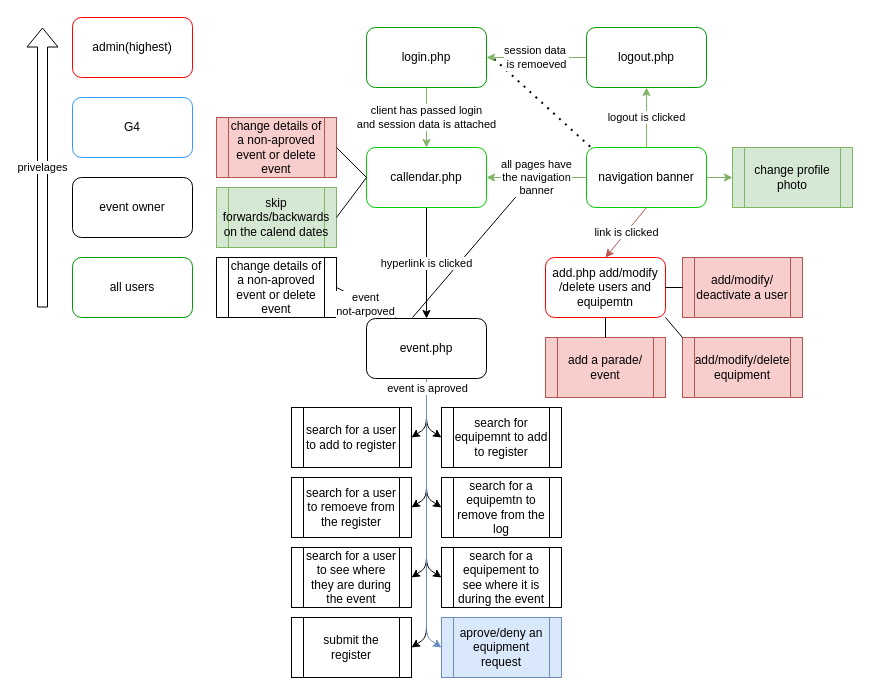
The draw.io diagram flowcharts/graph of page structure.drawio in Artermes27/cadet-management-app, before the edit. Source tidied: cells renumbered, new cells numbered last; positions are measured from the earlier drawing's top-left corner, leaving out a move shared by most shapes. Both pictures are drawn from the tidied source at 100%, with x=0, y=0 at pixel (42, 17).
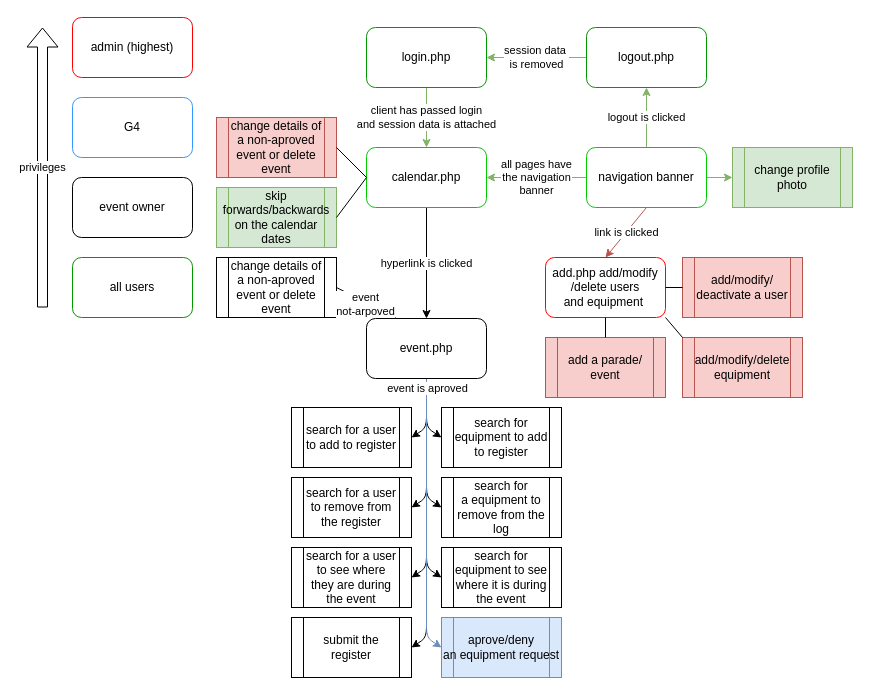
Above is the later version.

The change refers to these unchanged cells:
```xml
<mxCell id="10" value="login.php" style="rounded=1;whiteSpace=wrap;html=1;strokeColor=#009900;" parent="1" vertex="1">
  <mxGeometry x="324" y="10" width="120" height="60" as="geometry" />
</mxCell>
<mxCell id="18" value="logout.php" style="rounded=1;whiteSpace=wrap;html=1;strokeColor=#009900;" parent="1" vertex="1">
  <mxGeometry x="544" y="10" width="120" height="60" as="geometry" />
</mxCell>
```

Change to the diagram source:
```diff
@@
-    <mxCell id="2" style="endArrow=none;html=1;rounded=0;entryX=0;entryY=0.5;entryDx=0;entryDy=0;exitX=1;exitY=0.5;exitDx=0;exitDy=0;" parent="1" edge="1">
-      <mxGeometry relative="1" as="geometry">
-        <mxPoint x="370" y="300" as="sourcePoint" />
-        <mxPoint x="490" y="160" as="targetPoint" />
-      </mxGeometry>
-    </mxCell>
-    <mxCell id="3" style="endArrow=none;dashed=1;html=1;dashPattern=1 3;strokeWidth=2;rounded=0;entryX=1;entryY=0.5;entryDx=0;entryDy=0;exitX=0;exitY=0.5;exitDx=0;exitDy=0;" parent="1" edge="1">
-      <mxGeometry relative="1" as="geometry">
-        <mxPoint x="559.5" y="140" as="sourcePoint" />
-        <mxPoint x="450" y="40" as="targetPoint" />
-      </mxGeometry>
-    </mxCell>
@@
-    <mxCell id="5" value="admin(highest)" style="rounded=1;whiteSpace=wrap;html=1;strokeColor=#FF0000;" parent="1" vertex="1">
+    <mxCell id="5" value="admin (highest)" style="rounded=1;whiteSpace=wrap;html=1;strokeColor=#FF0000;" parent="1" vertex="1">
       <mxGeometry x="30" width="120" height="60" as="geometry" />
     </mxCell>
@@
-    <mxCell id="8" value="privelages" style="shape=flexArrow;endArrow=classic;html=1;" parent="1" edge="1">
+    <mxCell id="8" value="privileges" style="shape=flexArrow;endArrow=classic;html=1;" parent="1" edge="1">
       <mxGeometry relative="1" as="geometry">
         <mxPoint y="290" as="sourcePoint" />
         <mxPoint y="10" as="targetPoint" />
       </mxGeometry>
     </mxCell>
@@
-    <mxCell id="12" value="callendar.php" style="rounded=1;whiteSpace=wrap;html=1;strokeColor=#00CC00;" parent="1" vertex="1">
+    <mxCell id="12" value="calendar.php" style="rounded=1;whiteSpace=wrap;html=1;strokeColor=#00CC00;" parent="1" vertex="1">
       <mxGeometry x="324" y="130" width="120" height="60" as="geometry" />
     </mxCell>
@@
-    <mxCell id="17" value="&lt;font style=&quot;color: rgb(0, 0, 0);&quot;&gt;session data&amp;nbsp;&lt;/font&gt;&lt;div&gt;&lt;font style=&quot;color: rgb(0, 0, 0);&quot;&gt;is remoeved&lt;/font&gt;&lt;/div&gt;" style="edgeStyle=none;html=1;fillColor=#d5e8d4;strokeColor=#82b366;" parent="1" edge="1" source="18" target="10">
+    <mxCell id="17" value="&lt;font style=&quot;color: rgb(0, 0, 0);&quot;&gt;session data&amp;nbsp;&lt;/font&gt;&lt;div&gt;&lt;font style=&quot;color: rgb(0, 0, 0);&quot;&gt;is removed&lt;/font&gt;&lt;/div&gt;" style="edgeStyle=none;html=1;fillColor=#d5e8d4;strokeColor=#82b366;" parent="1" edge="1" source="18" target="10">
       <mxGeometry relative="1" as="geometry" />
     </mxCell>
@@
-    <mxCell id="19" value="add.php add/modify /delete users and equipemtn" style="rounded=1;whiteSpace=wrap;html=1;strokeColor=#FF0000;" parent="1" vertex="1">
+    <mxCell id="19" value="add.php add/modify /delete users and&amp;nbsp;&lt;span style=&quot;color: rgb(0, 0, 0);&quot;&gt;equipment&amp;nbsp;&lt;/span&gt;" style="rounded=1;whiteSpace=wrap;html=1;strokeColor=#FF0000;" parent="1" vertex="1">
       <mxGeometry x="503" y="240" width="120" height="60" as="geometry" />
     </mxCell>
@@
-    <mxCell id="25" value="skip forwards/backwards on the calend dates" style="shape=process;whiteSpace=wrap;html=1;backgroundOutline=1;fillColor=#d5e8d4;strokeColor=#82b366;" parent="1" vertex="1">
+    <mxCell id="25" value="skip forwards/backwards on the calendar dates" style="shape=process;whiteSpace=wrap;html=1;backgroundOutline=1;fillColor=#d5e8d4;strokeColor=#82b366;" parent="1" vertex="1">
       <mxGeometry x="174" y="170" width="120" height="60" as="geometry" />
     </mxCell>
@@
-    <mxCell id="44" value="&lt;span style=&quot;color: rgb(0, 0, 0);&quot;&gt;search for equipemnt to add to register&lt;/span&gt;" style="shape=process;whiteSpace=wrap;html=1;backgroundOutline=1;" parent="1" vertex="1">
+    <mxCell id="44" value="&lt;span style=&quot;color: rgb(0, 0, 0);&quot;&gt;search for equipment to add to register&lt;/span&gt;" style="shape=process;whiteSpace=wrap;html=1;backgroundOutline=1;" parent="1" vertex="1">
       <mxGeometry x="399" y="390" width="120" height="60" as="geometry" />
     </mxCell>
-    <mxCell id="45" value="&lt;span style=&quot;color: rgb(0, 0, 0);&quot;&gt;search for a user to remoeve from the register&lt;/span&gt;" style="shape=process;whiteSpace=wrap;html=1;backgroundOutline=1;" parent="1" vertex="1">
+    <mxCell id="45" value="&lt;span style=&quot;color: rgb(0, 0, 0);&quot;&gt;search for a user to remove from the register&lt;/span&gt;" style="shape=process;whiteSpace=wrap;html=1;backgroundOutline=1;" parent="1" vertex="1">
       <mxGeometry x="249" y="460" width="120" height="60" as="geometry" />
     </mxCell>
@@
-    <mxCell id="47" value="&lt;span style=&quot;color: rgb(0, 0, 0);&quot;&gt;search for a equipemtn to remove from the log&lt;/span&gt;" style="shape=process;whiteSpace=wrap;html=1;backgroundOutline=1;" parent="1" vertex="1">
+    <mxCell id="47" value="&lt;span style=&quot;color: rgb(0, 0, 0);&quot;&gt;search for a&amp;nbsp;&lt;span style=&quot;color: rgb(0, 0, 0);&quot;&gt;equipment&amp;nbsp;&lt;/span&gt;to remove from the log&lt;/span&gt;" style="shape=process;whiteSpace=wrap;html=1;backgroundOutline=1;" parent="1" vertex="1">
       <mxGeometry x="399" y="460" width="120" height="60" as="geometry" />
     </mxCell>
-    <mxCell id="48" value="&lt;span style=&quot;color: rgb(0, 0, 0);&quot;&gt;search for a equipement to see where it is during the event&lt;/span&gt;" style="shape=process;whiteSpace=wrap;html=1;backgroundOutline=1;" parent="1" vertex="1">
+    <mxCell id="48" value="&lt;span style=&quot;color: rgb(0, 0, 0);&quot;&gt;search for &lt;span style=&quot;color: rgb(0, 0, 0);&quot;&gt;equipment&amp;nbsp;&lt;/span&gt;to see where it is during the event&lt;/span&gt;" style="shape=process;whiteSpace=wrap;html=1;backgroundOutline=1;" parent="1" vertex="1">
       <mxGeometry x="399" y="530" width="120" height="60" as="geometry" />
     </mxCell>
@@
-    <mxCell id="50" value="aprove/deny an equipment request" style="shape=process;whiteSpace=wrap;html=1;backgroundOutline=1;fillColor=#dae8fc;strokeColor=#6c8ebf;" parent="1" vertex="1">
+    <mxCell id="50" value="aprove/deny an&amp;nbsp;&lt;span style=&quot;color: rgb(0, 0, 0);&quot;&gt;equipment&amp;nbsp;&lt;/span&gt;request" style="shape=process;whiteSpace=wrap;html=1;backgroundOutline=1;fillColor=#dae8fc;strokeColor=#6c8ebf;" parent="1" vertex="1">
       <mxGeometry x="399" y="600" width="120" height="60" as="geometry" />
     </mxCell>
```
